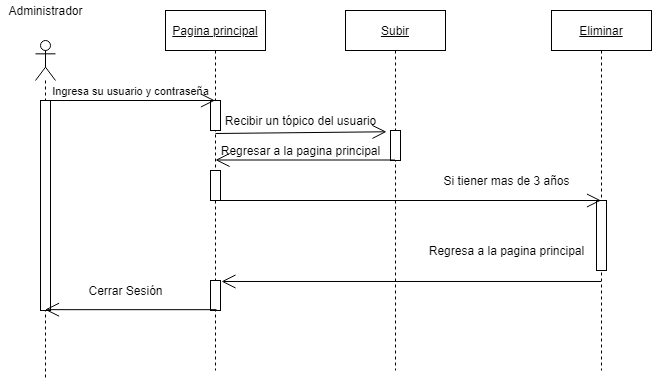
Before: Diagramas/Diagramadesecuenciaadministrador.drawio.png, a diagram exported from draw.io (vanessamRodriguez/Analisis-Avanzado-de-Software). Source tidied: cells renumbered, new cells last; positions are measured from the earlier drawing's top-left corner, leaving out a move shared by most shapes. The source it was exported from:
```xml
<mxGraphModel>
  <root>
    <mxCell id="0" />
    <mxCell id="1" parent="0" />
    <mxCell id="2" value="&lt;u&gt;Pagina principal&lt;/u&gt;" style="shape=umlLifeline;perimeter=lifelinePerimeter;whiteSpace=wrap;html=1;outlineConnect=0;" parent="1" vertex="1">
      <mxGeometry x="165" y="10" width="100" height="360" as="geometry" />
    </mxCell>
    <mxCell id="3" style="html=1;perimeter=orthogonalPerimeter;" parent="2" vertex="1">
      <mxGeometry x="45" y="90" width="10" height="30" as="geometry" />
    </mxCell>
    <mxCell id="4" style="endArrow=open;endFill=1;endSize=12;html=1;entryX=-0.4;entryY=0.043;entryDx=0;entryDy=0;entryPerimeter=0;" parent="2" edge="1" target="13">
      <mxGeometry relative="1" as="geometry">
        <mxPoint x="50" y="123" as="sourcePoint" />
      </mxGeometry>
    </mxCell>
    <mxCell id="5" style="html=1;perimeter=orthogonalPerimeter;" parent="2" vertex="1">
      <mxGeometry x="45" y="160" width="10" height="30" as="geometry" />
    </mxCell>
    <mxCell id="6" style="html=1;points=[];perimeter=orthogonalPerimeter;" parent="2" vertex="1">
      <mxGeometry x="45" y="270" width="10" height="30" as="geometry" />
    </mxCell>
    <mxCell id="7" style="shape=umlLifeline;participant=umlActor;perimeter=lifelinePerimeter;whiteSpace=wrap;html=1;verticalAlign=top;spacingTop=36;outlineConnect=0;" parent="1" vertex="1">
      <mxGeometry x="35" y="40" width="20" height="340" as="geometry" />
    </mxCell>
    <mxCell id="8" style="endArrow=open;endFill=1;endSize=12;html=1;" parent="7" edge="1" target="2">
      <mxGeometry relative="1" as="geometry">
        <mxPoint x="10" y="60" as="sourcePoint" />
      </mxGeometry>
    </mxCell>
    <mxCell id="9" style="html=1;points=[];perimeter=orthogonalPerimeter;" parent="7" vertex="1">
      <mxGeometry x="5" y="60" width="10" height="210" as="geometry" />
    </mxCell>
    <mxCell id="10" value="Administrador" style="text;html=1;align=center;verticalAlign=middle;strokeColor=none;" parent="1" vertex="1">
      <mxGeometry width="90" height="20" as="geometry" />
    </mxCell>
    <mxCell id="11" value="&lt;font style=&quot;font-size: 11px&quot;&gt;Ingresa su usuario y contraseña&lt;/font&gt;" style="text;html=1;align=center;verticalAlign=middle;strokeColor=none;" parent="1" vertex="1">
      <mxGeometry x="45" y="80" width="170" height="20" as="geometry" />
    </mxCell>
    <mxCell id="12" value="&lt;u&gt;Subir&lt;/u&gt;" style="shape=umlLifeline;perimeter=lifelinePerimeter;whiteSpace=wrap;html=1;" parent="1" vertex="1">
      <mxGeometry x="345" y="10" width="100" height="360" as="geometry" />
    </mxCell>
    <mxCell id="13" style="html=1;points=[];perimeter=orthogonalPerimeter;" parent="12" vertex="1">
      <mxGeometry x="45" y="120" width="10" height="30" as="geometry" />
    </mxCell>
    <mxCell id="14" value="&lt;u&gt;Eliminar&lt;/u&gt;" style="shape=umlLifeline;perimeter=lifelinePerimeter;whiteSpace=wrap;html=1;outlineConnect=0;" parent="1" vertex="1">
      <mxGeometry x="551" y="10" width="100" height="360" as="geometry" />
    </mxCell>
    <mxCell id="15" style="html=1;points=[];perimeter=orthogonalPerimeter;" parent="14" vertex="1">
      <mxGeometry x="45" y="190" width="10" height="70" as="geometry" />
    </mxCell>
    <mxCell id="16" value="Recibir un tópico del usuario" style="text;html=1;align=center;verticalAlign=middle;strokeColor=none;" parent="1" vertex="1">
      <mxGeometry x="215" y="110" width="170" height="20" as="geometry" />
    </mxCell>
    <mxCell id="17" value="Si tiener mas de 3 años" style="text;html=1;align=center;verticalAlign=middle;strokeColor=none;" parent="1" vertex="1">
      <mxGeometry x="436" y="170" width="140" height="20" as="geometry" />
    </mxCell>
    <mxCell id="18" style="endArrow=open;endFill=1;endSize=12;html=1;entryX=1.1;entryY=0.033;entryDx=0;entryDy=0;entryPerimeter=0;" parent="1" edge="1" source="14" target="6">
      <mxGeometry relative="1" as="geometry" />
    </mxCell>
    <mxCell id="19" value="Regresa a la pagina principal" style="text;html=1;align=center;verticalAlign=middle;strokeColor=none;" parent="1" vertex="1">
      <mxGeometry x="421" y="240" width="170" height="20" as="geometry" />
    </mxCell>
    <mxCell id="20" style="endArrow=open;endFill=1;endSize=12;html=1;exitX=0.51;exitY=0.831;exitDx=0;exitDy=0;exitPerimeter=0;" parent="1" edge="1" source="2" target="7">
      <mxGeometry relative="1" as="geometry" />
    </mxCell>
    <mxCell id="21" value="Cerrar Sesión" style="text;html=1;align=center;verticalAlign=middle;strokeColor=none;" parent="1" vertex="1">
      <mxGeometry x="80" y="280" width="90" height="20" as="geometry" />
    </mxCell>
    <mxCell id="22" style="endArrow=open;endFill=1;endSize=12;html=1;exitX=0.4;exitY=1.167;exitDx=0;exitDy=0;exitPerimeter=0;" parent="1" edge="1">
      <mxGeometry relative="1" as="geometry">
        <mxPoint x="394.5" y="159.5" as="sourcePoint" />
        <mxPoint x="215" y="159.5" as="targetPoint" />
      </mxGeometry>
    </mxCell>
    <mxCell id="23" value="Regresar a la pagina principal" style="text;html=1;align=center;verticalAlign=middle;points=[];strokeColor=none;" parent="1" vertex="1">
      <mxGeometry x="215" y="140" width="170" height="20" as="geometry" />
    </mxCell>
    <mxCell id="24" style="endArrow=open;endFill=1;endSize=12;html=1;" parent="1" edge="1" target="14">
      <mxGeometry relative="1" as="geometry">
        <mxPoint x="215" y="200" as="sourcePoint" />
      </mxGeometry>
    </mxCell>
  </root>
</mxGraphModel>
```
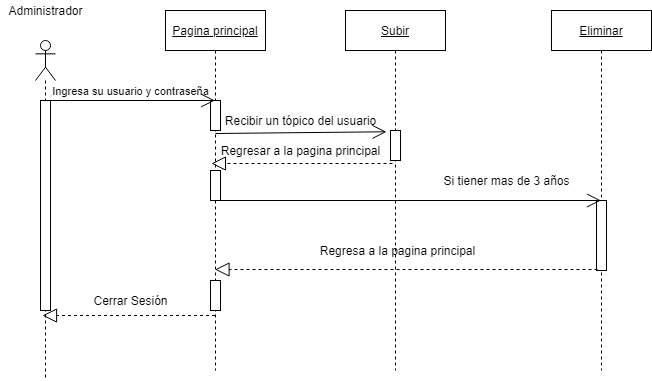
Later version of the same file.

Change to the diagram source:
```diff
@@ -54,24 +54,12 @@
     <mxCell id="17" value="Si tiener mas de 3 años" style="text;html=1;align=center;verticalAlign=middle;strokeColor=none;" parent="1" vertex="1">
       <mxGeometry x="436" y="170" width="140" height="20" as="geometry" />
     </mxCell>
-    <mxCell id="18" style="endArrow=open;endFill=1;endSize=12;html=1;entryX=1.1;entryY=0.033;entryDx=0;entryDy=0;entryPerimeter=0;" parent="1" edge="1" source="14" target="6">
-      <mxGeometry relative="1" as="geometry" />
-    </mxCell>
     <mxCell id="19" value="Regresa a la pagina principal" style="text;html=1;align=center;verticalAlign=middle;strokeColor=none;" parent="1" vertex="1">
-      <mxGeometry x="421" y="240" width="170" height="20" as="geometry" />
+      <mxGeometry x="312" y="240" width="170" height="20" as="geometry" />
     </mxCell>
-    <mxCell id="20" style="endArrow=open;endFill=1;endSize=12;html=1;exitX=0.51;exitY=0.831;exitDx=0;exitDy=0;exitPerimeter=0;" parent="1" edge="1" source="2" target="7">
-      <mxGeometry relative="1" as="geometry" />
-    </mxCell>
     <mxCell id="21" value="Cerrar Sesión" style="text;html=1;align=center;verticalAlign=middle;strokeColor=none;" parent="1" vertex="1">
-      <mxGeometry x="80" y="280" width="90" height="20" as="geometry" />
+      <mxGeometry x="85" y="290" width="90" height="20" as="geometry" />
     </mxCell>
-    <mxCell id="22" style="endArrow=open;endFill=1;endSize=12;html=1;exitX=0.4;exitY=1.167;exitDx=0;exitDy=0;exitPerimeter=0;" parent="1" edge="1">
-      <mxGeometry relative="1" as="geometry">
-        <mxPoint x="394.5" y="159.5" as="sourcePoint" />
-        <mxPoint x="215" y="159.5" as="targetPoint" />
-      </mxGeometry>
-    </mxCell>
     <mxCell id="23" value="Regresar a la pagina principal" style="text;html=1;align=center;verticalAlign=middle;points=[];strokeColor=none;" parent="1" vertex="1">
       <mxGeometry x="215" y="140" width="170" height="20" as="geometry" />
     </mxCell>
@@ -80,5 +68,16 @@
         <mxPoint x="215" y="200" as="sourcePoint" />
       </mxGeometry>
     </mxCell>
+    <mxCell id="25" style="endArrow=block;dashed=1;endFill=0;endSize=12;html=1;entryX=-0.024;entryY=1.15;entryDx=0;entryDy=0;entryPerimeter=0;" parent="1" edge="1" target="23">
+      <mxGeometry relative="1" as="geometry">
+        <mxPoint x="392" y="163" as="sourcePoint" />
+      </mxGeometry>
+    </mxCell>
+    <mxCell id="26" style="endArrow=block;dashed=1;endFill=0;endSize=12;html=1;exitX=0.1;exitY=0.986;exitDx=0;exitDy=0;exitPerimeter=0;" parent="1" edge="1" source="15" target="2">
+      <mxGeometry relative="1" as="geometry" />
+    </mxCell>
+    <mxCell id="27" style="endArrow=block;dashed=1;endFill=0;endSize=12;html=1;entryX=0.2;entryY=1.024;entryDx=0;entryDy=0;entryPerimeter=0;" parent="1" edge="1" source="2" target="9">
+      <mxGeometry relative="1" as="geometry" />
+    </mxCell>
   </root>
 </mxGraphModel>
```
